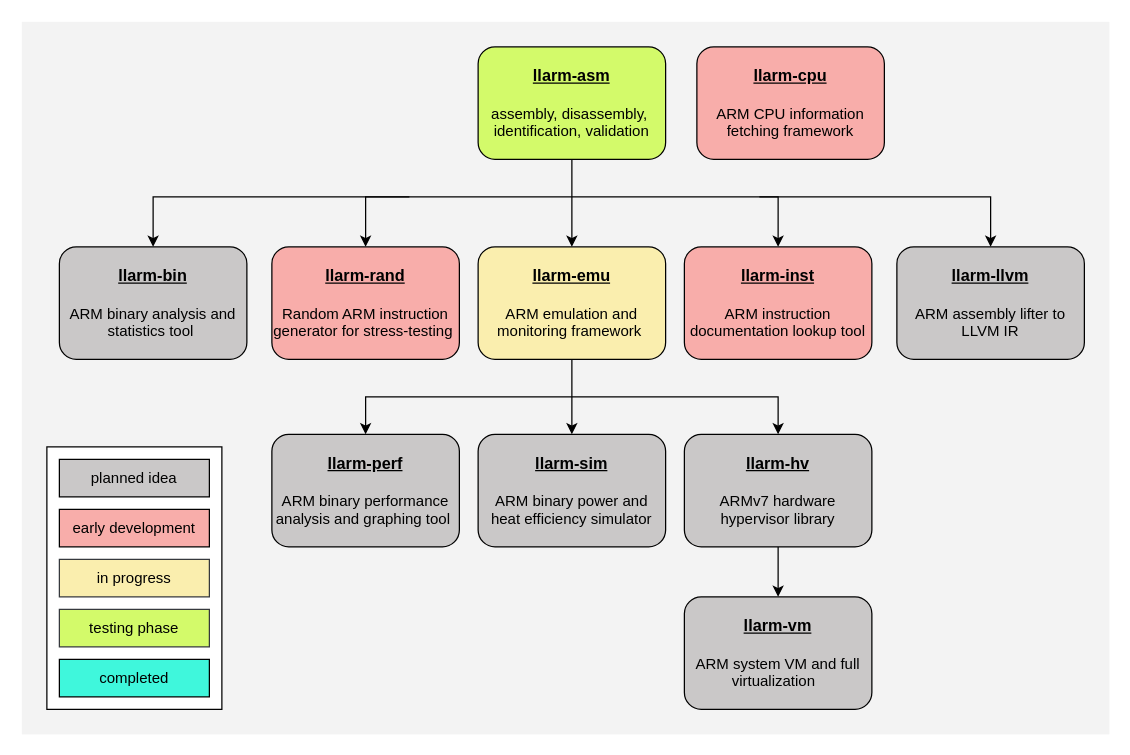
kernelwernel/llarm keeps this draw.io diagram as assets/roadmap/llarm_roadmap.drawio. Above is the earlier version. Source tidied: cells renumbered, new cells numbered last; positions are measured from the earlier drawing's top-left corner, leaving out a move shared by most shapes. Both pictures are drawn from the tidied source at 125%, with x=0, y=0 at pixel (21, 21).
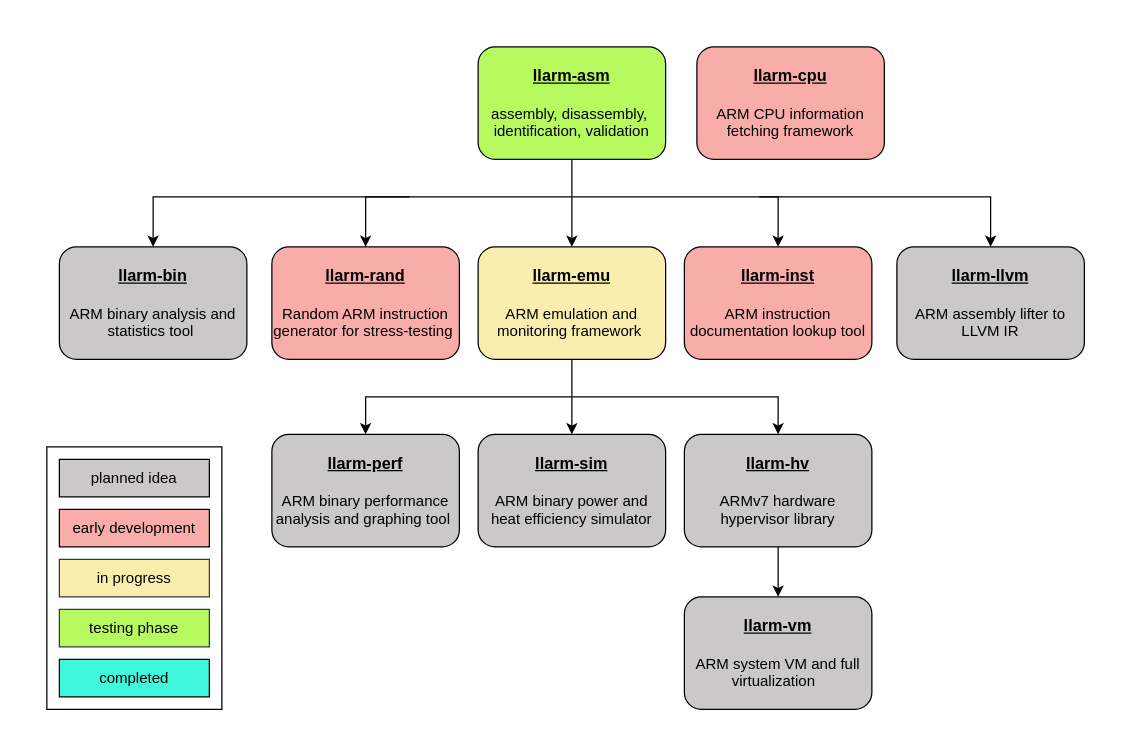
After the change.

Unchanged cells that the change refers to:
```xml
<mxCell id="23" value="&lt;div&gt;&lt;font style=&quot;font-size: 13px;&quot;&gt;&lt;b&gt;&lt;u&gt;llarm-hv&lt;br&gt;&lt;br&gt;&lt;/u&gt;&lt;/b&gt;&lt;/font&gt;&lt;/div&gt;ARMv7 hardware hypervisor library" style="rounded=1;whiteSpace=wrap;html=1;fillColor=#CAC8C8;strokeColor=#000000;" parent="1" vertex="1">
  <mxGeometry x="530" y="330" width="150" height="90" as="geometry" />
</mxCell>
```

The edit, as a diff of the source:
```diff
@@
-    <mxCell id="2" style="rounded=0;whiteSpace=wrap;html=1;fillColor=#E5E5E575;strokeColor=none;" parent="1" vertex="1">
+    <mxCell id="2" style="rounded=0;whiteSpace=wrap;html=1;strokeColor=none;" parent="1" vertex="1">
       <mxGeometry width="870" height="570" as="geometry" />
     </mxCell>
@@
-    <mxCell id="4" value="testing phase" style="rounded=0;whiteSpace=wrap;html=1;fillColor=#D3FA6A;strokeColor=#36393d;" parent="1" vertex="1">
+    <mxCell id="4" value="testing phase" style="rounded=0;whiteSpace=wrap;html=1;fillColor=#B7FA60;strokeColor=#36393d;" parent="1" vertex="1">
       <mxGeometry x="30" y="470" width="120" height="30" as="geometry" />
     </mxCell>
@@
-    <mxCell id="8" value="&lt;div&gt;&lt;font style=&quot;font-size: 13px;&quot;&gt;&lt;b&gt;&lt;u&gt;llarm-asm&lt;/u&gt;&lt;/b&gt;&lt;/font&gt;&lt;/div&gt;&lt;div&gt;&lt;font style=&quot;font-size: 13px;&quot;&gt;&lt;b&gt;&lt;u&gt;&lt;br&gt;&lt;/u&gt;&lt;/b&gt;&lt;/font&gt;&lt;/div&gt;assembly, disassembly,&amp;nbsp; identification, validation" style="rounded=1;whiteSpace=wrap;html=1;fillColor=#D3FA6A;strokeColor=#000000;" parent="1" vertex="1">
+    <mxCell id="8" value="&lt;div&gt;&lt;font style=&quot;font-size: 13px;&quot;&gt;&lt;b&gt;&lt;u&gt;llarm-asm&lt;/u&gt;&lt;/b&gt;&lt;/font&gt;&lt;/div&gt;&lt;div&gt;&lt;font style=&quot;font-size: 13px;&quot;&gt;&lt;b&gt;&lt;u&gt;&lt;br&gt;&lt;/u&gt;&lt;/b&gt;&lt;/font&gt;&lt;/div&gt;assembly, disassembly,&amp;nbsp; identification, validation" style="rounded=1;whiteSpace=wrap;html=1;fillColor=#B7FA60;strokeColor=#000000;" parent="1" vertex="1">
       <mxGeometry x="365" y="20" width="150" height="90" as="geometry" />
     </mxCell>
@@
-    <mxCell id="26" style="endArrow=classic;html=1;rounded=0;entryX=0.5;entryY=0;entryDx=0;entryDy=0;labelBorderColor=#FFFFFF;spacingTop=0;" parent="1" edge="1" target="23">
+    <mxCell id="26" style="endArrow=classic;html=1;rounded=0;labelBorderColor=#FFFFFF;spacingTop=0;backgroundOutline=0;endSize=6;entryX=0.5;entryY=0;entryDx=0;entryDy=0;" parent="1" edge="1" target="23">
       <mxGeometry relative="1" as="geometry">
         <mxPoint x="440" y="300" as="sourcePoint" />
         <Array as="points">
           <mxPoint x="605" y="300" />
         </Array>
       </mxGeometry>
     </mxCell>
```
